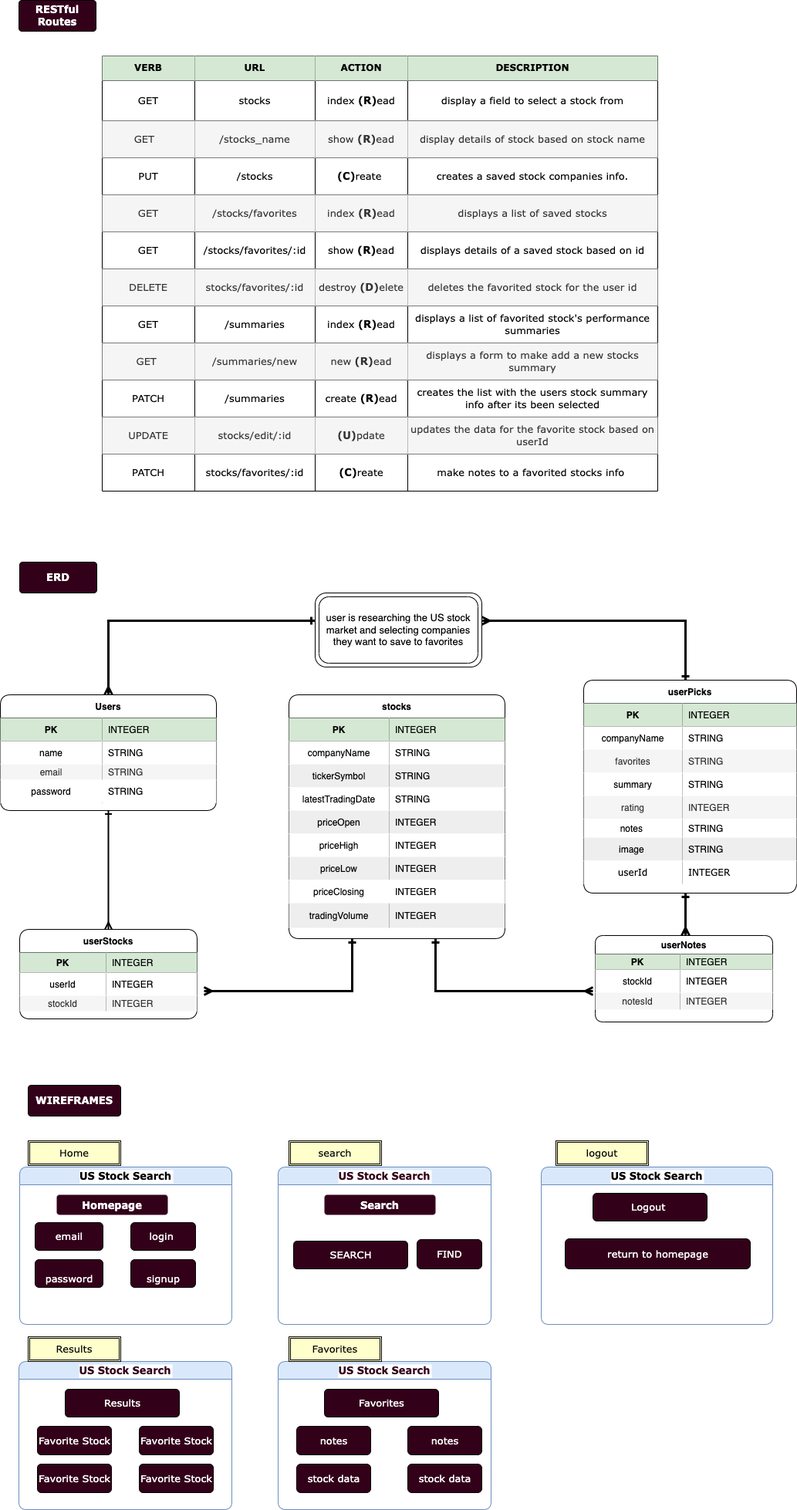
Above: ERD.drawio.png in Professorsurf/Project-2 (draw.io), before the change. Source tidied: cells renumbered, new cells last; positions are measured from the earlier drawing's top-left corner, leaving out a move shared by most shapes.
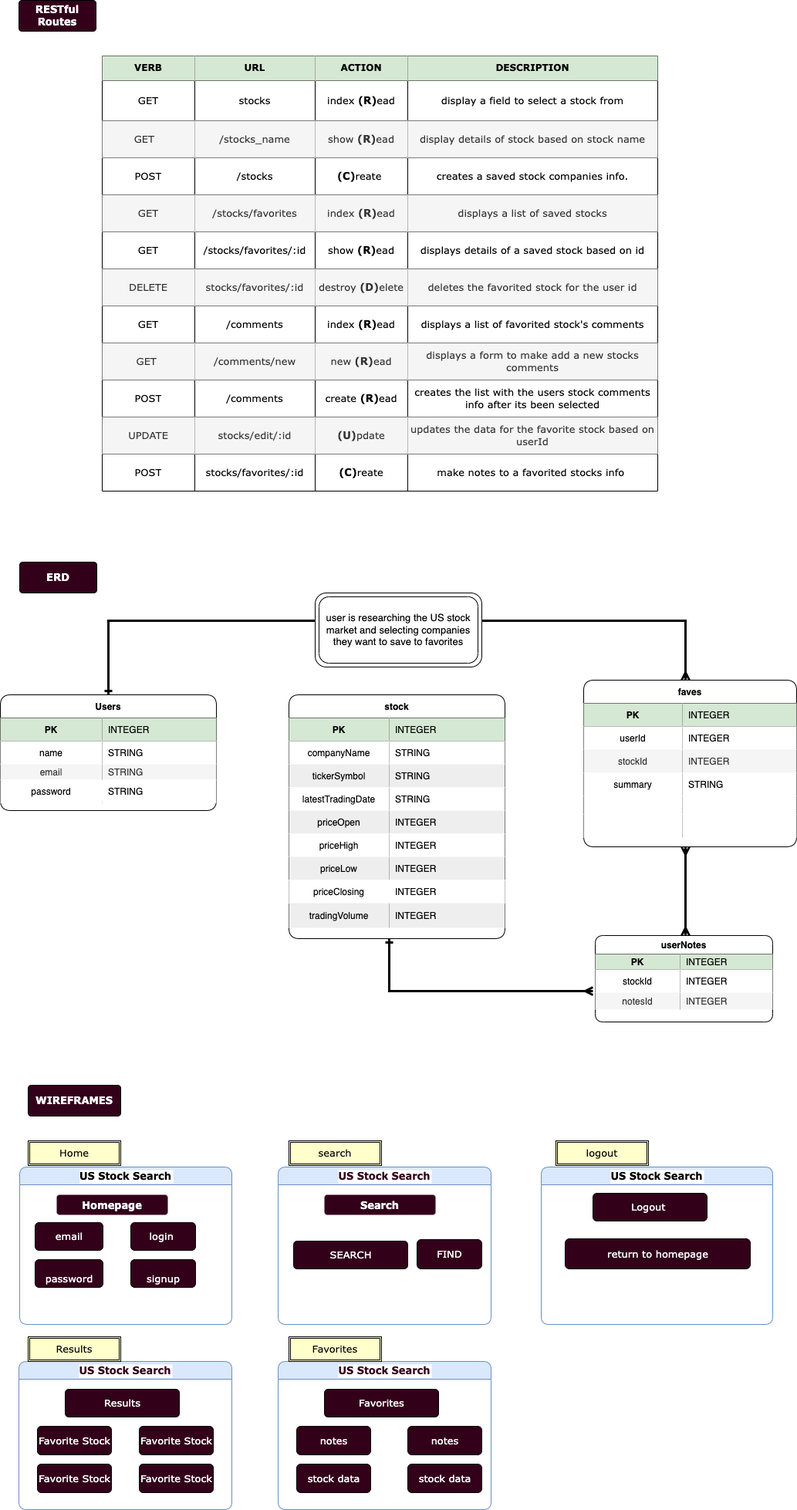
The same diagram one commit later.

What changed in the source:
```diff
@@ -4,9 +4,2 @@
     <mxCell id="1" parent="0" />
-    <mxCell id="2" style="edgeStyle=orthogonalEdgeStyle;rounded=0;jettySize=auto;html=1;exitX=0.5;exitY=1;exitDx=0;exitDy=0;entryX=0.5;entryY=0;entryDx=0;entryDy=0;strokeWidth=2;endArrow=ERmany;endFill=0;startArrow=ERone;startFill=0;" parent="1" edge="1" source="3" target="46">
-      <mxGeometry relative="1" as="geometry">
-        <Array as="points">
-          <mxPoint x="140" y="1200" />
-        </Array>
-      </mxGeometry>
-    </mxCell>
     <mxCell id="3" value="Users" style="shape=table;startSize=30;rowLines=0;fontStyle=1;align=center;rounded=1;labelBackgroundColor=default;" parent="1" vertex="1">
@@ -50,10 +43,2 @@
     </mxCell>
-    <mxCell id="16" style="edgeStyle=orthogonalEdgeStyle;rounded=0;jettySize=auto;html=1;startArrow=ERone;startFill=0;endArrow=ERmany;endFill=0;strokeWidth=3;" parent="1" edge="1" source="18">
-      <mxGeometry relative="1" as="geometry">
-        <mxPoint x="264" y="1284" as="targetPoint" />
-        <Array as="points">
-          <mxPoint x="456" y="1284" />
-        </Array>
-      </mxGeometry>
-    </mxCell>
     <mxCell id="17" style="edgeStyle=orthogonalEdgeStyle;rounded=0;jettySize=auto;html=1;startArrow=ERone;startFill=0;endArrow=ERmany;endFill=0;strokeWidth=3;" parent="1" edge="1" source="18">
@@ -62,3 +47,3 @@
         <Array as="points">
-          <mxPoint x="564" y="1284" />
+          <mxPoint x="504" y="1284" />
         </Array>
@@ -66,3 +51,3 @@
     </mxCell>
-    <mxCell id="18" value="stocks" style="shape=table;startSize=30;rowLines=0;fontStyle=1;align=center;rounded=1;shadow=0;" parent="1" vertex="1">
+    <mxCell id="18" value="stock" style="shape=table;startSize=30;rowLines=0;fontStyle=1;align=center;rounded=1;shadow=0;" parent="1" vertex="1">
       <mxGeometry x="374" y="900" width="280" height="316" as="geometry" />
@@ -150,32 +135,2 @@
     </mxCell>
-    <mxCell id="46" value="userStocks" style="shape=table;startSize=30;rowLines=0;fontStyle=1;align=center;rounded=1;fillColor=none;" parent="1" vertex="1">
-      <mxGeometry x="25" y="1204" width="230" height="116" as="geometry" />
-    </mxCell>
-    <mxCell id="47" style="shape=tableRow;horizontal=0;startSize=0;swimlaneHead=0;swimlaneBody=0;fillColor=none;top=0;left=0;right=0;bottom=1;rounded=0;" parent="46" vertex="1">
-      <mxGeometry y="30" width="230" height="26" as="geometry" />
-    </mxCell>
-    <mxCell id="48" value="PK" style="shape=partialRectangle;fillColor=#d5e8d4;top=0;left=0;bottom=0;right=0;fontStyle=1;overflow=hidden;strokeColor=#82b366;rounded=0;" parent="47" vertex="1">
-      <mxGeometry width="112" height="26" as="geometry" />
-    </mxCell>
-    <mxCell id="49" value="INTEGER" style="shape=partialRectangle;fillColor=#d5e8d4;top=0;left=0;bottom=0;right=0;align=left;spacingLeft=6;fontStyle=0;overflow=hidden;strokeColor=#82b366;rounded=0;" parent="47" vertex="1">
-      <mxGeometry x="112" width="118" height="26" as="geometry" />
-    </mxCell>
-    <mxCell id="50" style="shape=tableRow;horizontal=0;startSize=0;swimlaneHead=0;swimlaneBody=0;fillColor=none;top=0;left=0;right=0;bottom=0;" parent="46" vertex="1">
-      <mxGeometry y="56" width="230" height="30" as="geometry" />
-    </mxCell>
-    <mxCell id="51" value="userId" style="shape=partialRectangle;top=0;left=0;bottom=0;right=0;overflow=hidden;" parent="50" vertex="1">
-      <mxGeometry width="112" height="30" as="geometry" />
-    </mxCell>
-    <mxCell id="52" value="INTEGER" style="shape=partialRectangle;top=0;left=0;bottom=0;right=0;align=left;spacingLeft=6;overflow=hidden;" parent="50" vertex="1">
-      <mxGeometry x="112" width="118" height="30" as="geometry" />
-    </mxCell>
-    <mxCell id="53" style="shape=tableRow;horizontal=0;startSize=0;swimlaneHead=0;swimlaneBody=0;fillColor=none;top=0;left=0;right=0;bottom=0;rounded=0;" parent="46" vertex="1">
-      <mxGeometry y="86" width="230" height="20" as="geometry" />
-    </mxCell>
-    <mxCell id="54" value="stockId" style="shape=partialRectangle;top=0;left=0;bottom=0;right=0;overflow=hidden;rounded=0;fillColor=#f5f5f5;fontColor=#333333;strokeColor=#666666;" parent="53" vertex="1">
-      <mxGeometry width="112" height="20" as="geometry" />
-    </mxCell>
-    <mxCell id="55" value="INTEGER" style="shape=partialRectangle;top=0;left=0;bottom=0;right=0;align=left;spacingLeft=6;overflow=hidden;rounded=0;fillColor=#f5f5f5;fontColor=#333333;strokeColor=#666666;" parent="53" vertex="1">
-      <mxGeometry x="112" width="118" height="20" as="geometry" />
-    </mxCell>
     <mxCell id="56" value="userNotes" style="shape=table;startSize=24;rowLines=0;fontStyle=1;align=center;rounded=1;" parent="1" vertex="1">
@@ -210,3 +165,3 @@
     </mxCell>
-    <mxCell id="66" style="edgeStyle=orthogonalEdgeStyle;rounded=0;jettySize=auto;html=1;startArrow=ERone;startFill=0;endArrow=ERmany;endFill=0;strokeWidth=3;" parent="1" edge="1" source="68">
+    <mxCell id="66" style="edgeStyle=orthogonalEdgeStyle;rounded=0;jettySize=auto;html=1;startArrow=ERmany;startFill=0;endArrow=ERmany;endFill=0;strokeWidth=3;" parent="1" edge="1" source="68">
       <mxGeometry relative="1" as="geometry">
@@ -218,3 +173,3 @@
     </mxCell>
-    <mxCell id="67" style="edgeStyle=orthogonalEdgeStyle;rounded=0;jettySize=auto;html=1;startArrow=ERone;startFill=0;endArrow=ERmany;endFill=0;strokeWidth=3;" parent="1" edge="1" source="68" target="94">
+    <mxCell id="67" style="edgeStyle=orthogonalEdgeStyle;rounded=0;jettySize=auto;html=1;startArrow=ERmany;startFill=0;endArrow=none;endFill=0;strokeWidth=3;" parent="1" edge="1" source="68" target="94">
       <mxGeometry relative="1" as="geometry">
@@ -225,4 +180,4 @@
     </mxCell>
-    <mxCell id="68" value="userPicks" style="shape=table;startSize=30;rowLines=0;fontStyle=1;align=center;rounded=1;swimlaneLine=1;" parent="1" vertex="1">
-      <mxGeometry x="756" y="881" width="276" height="276" as="geometry" />
+    <mxCell id="68" value="faves" style="shape=table;startSize=30;rowLines=0;fontStyle=1;align=center;rounded=1;swimlaneLine=1;" parent="1" vertex="1">
+      <mxGeometry x="756" y="881" width="276" height="216" as="geometry" />
     </mxCell>
@@ -240,6 +195,6 @@
     </mxCell>
-    <mxCell id="73" value="companyName" style="shape=partialRectangle;top=0;left=0;bottom=0;right=0;fontStyle=0;overflow=hidden;rounded=0;" parent="72" vertex="1">
+    <mxCell id="73" value="userId" style="shape=partialRectangle;top=0;left=0;bottom=0;right=0;fontStyle=0;overflow=hidden;rounded=0;" parent="72" vertex="1">
       <mxGeometry width="128" height="30" as="geometry" />
     </mxCell>
-    <mxCell id="74" value="STRING" style="shape=partialRectangle;top=0;left=0;bottom=0;right=0;align=left;spacingLeft=6;fontStyle=0;overflow=hidden;rounded=0;" parent="72" vertex="1">
+    <mxCell id="74" value="INTEGER" style="shape=partialRectangle;top=0;left=0;bottom=0;right=0;align=left;spacingLeft=6;fontStyle=0;overflow=hidden;rounded=0;" parent="72" vertex="1">
       <mxGeometry x="128" width="148" height="30" as="geometry" />
@@ -249,6 +204,6 @@
     </mxCell>
-    <mxCell id="76" value="favorites" style="shape=partialRectangle;fillColor=#f5f5f5;top=0;left=0;bottom=0;right=0;overflow=hidden;fontColor=#333333;strokeColor=#666666;rounded=0;" parent="75" vertex="1">
+    <mxCell id="76" value="stockId" style="shape=partialRectangle;fillColor=#f5f5f5;top=0;left=0;bottom=0;right=0;overflow=hidden;fontColor=#333333;strokeColor=#666666;rounded=0;" parent="75" vertex="1">
       <mxGeometry width="128" height="30" as="geometry" />
     </mxCell>
-    <mxCell id="77" value="STRING" style="shape=partialRectangle;fillColor=#f5f5f5;top=0;left=0;bottom=0;right=0;align=left;spacingLeft=6;overflow=hidden;fontColor=#333333;strokeColor=#666666;rounded=0;" parent="75" vertex="1">
+    <mxCell id="77" value="INTEGER" style="shape=partialRectangle;fillColor=#f5f5f5;top=0;left=0;bottom=0;right=0;align=left;spacingLeft=6;overflow=hidden;fontColor=#333333;strokeColor=#666666;rounded=0;" parent="75" vertex="1">
       <mxGeometry x="128" width="148" height="30" as="geometry" />
@@ -264,39 +219,21 @@
     </mxCell>
-    <mxCell id="81" style="shape=tableRow;horizontal=0;startSize=0;swimlaneHead=0;swimlaneBody=0;fillColor=none;top=0;left=0;right=0;bottom=0;rounded=0;" parent="68" vertex="1">
-      <mxGeometry y="150" width="276" height="30" as="geometry" />
-    </mxCell>
-    <mxCell id="82" value="rating" style="shape=partialRectangle;fillColor=#f5f5f5;top=0;left=0;bottom=0;right=0;overflow=hidden;fontColor=#333333;strokeColor=#666666;rounded=0;" parent="81" vertex="1">
-      <mxGeometry width="128" height="30" as="geometry" />
-    </mxCell>
-    <mxCell id="83" value="INTEGER" style="shape=partialRectangle;fillColor=#f5f5f5;top=0;left=0;bottom=0;right=0;align=left;spacingLeft=6;overflow=hidden;fontColor=#333333;strokeColor=#666666;rounded=0;" parent="81" vertex="1">
-      <mxGeometry x="128" width="148" height="30" as="geometry" />
-    </mxCell>
     <mxCell id="84" style="shape=tableRow;horizontal=0;startSize=0;swimlaneHead=0;swimlaneBody=0;fillColor=none;top=0;left=0;right=0;bottom=0;rounded=0;" parent="68" vertex="1">
-      <mxGeometry y="180" width="276" height="24" as="geometry" />
+      <mxGeometry y="150" width="276" height="24" as="geometry" />
     </mxCell>
-    <mxCell id="85" value="notes " style="shape=partialRectangle;top=0;left=0;bottom=0;right=0;overflow=hidden;rounded=0;" parent="84" vertex="1">
+    <mxCell id="85" style="shape=partialRectangle;top=0;left=0;bottom=0;right=0;overflow=hidden;rounded=0;" parent="84" vertex="1">
       <mxGeometry width="128" height="24" as="geometry" />
     </mxCell>
-    <mxCell id="86" value="STRING" style="shape=partialRectangle;top=0;left=0;bottom=0;right=0;align=left;spacingLeft=6;overflow=hidden;rounded=0;" parent="84" vertex="1">
+    <mxCell id="86" style="shape=partialRectangle;top=0;left=0;bottom=0;right=0;align=left;spacingLeft=6;overflow=hidden;rounded=0;" parent="84" vertex="1">
       <mxGeometry x="128" width="148" height="24" as="geometry" />
     </mxCell>
-    <mxCell id="87" style="shape=tableRow;horizontal=0;startSize=0;swimlaneHead=0;swimlaneBody=0;fillColor=none;top=0;left=0;right=0;bottom=0;rounded=0;" parent="68" vertex="1">
-      <mxGeometry y="204" width="276" height="30" as="geometry" />
-    </mxCell>
-    <mxCell id="88" value="image " style="shape=partialRectangle;top=0;left=0;bottom=0;right=0;overflow=hidden;rounded=0;fillColor=#eeeeee;strokeColor=#36393d;" parent="87" vertex="1">
-      <mxGeometry width="128" height="30" as="geometry" />
-    </mxCell>
-    <mxCell id="89" value="STRING" style="shape=partialRectangle;top=0;left=0;bottom=0;right=0;align=left;spacingLeft=6;overflow=hidden;rounded=0;fillColor=#eeeeee;strokeColor=#36393d;" parent="87" vertex="1">
-      <mxGeometry x="128" width="148" height="30" as="geometry" />
-    </mxCell>
     <mxCell id="90" style="shape=tableRow;horizontal=0;startSize=0;swimlaneHead=0;swimlaneBody=0;fillColor=none;top=0;left=0;right=0;bottom=0;rounded=1;shadow=0;sketch=0;fontFamily=Verdana;" parent="68" vertex="1">
-      <mxGeometry y="234" width="276" height="30" as="geometry" />
+      <mxGeometry y="174" width="276" height="30" as="geometry" />
     </mxCell>
-    <mxCell id="91" value="userId" style="shape=partialRectangle;top=0;left=0;bottom=0;right=0;overflow=hidden;rounded=1;shadow=0;sketch=0;fontFamily=Verdana;" parent="90" vertex="1">
+    <mxCell id="91" style="shape=partialRectangle;top=0;left=0;bottom=0;right=0;overflow=hidden;rounded=1;shadow=0;sketch=0;fontFamily=Verdana;" parent="90" vertex="1">
       <mxGeometry width="128" height="30" as="geometry" />
     </mxCell>
-    <mxCell id="92" value="INTEGER" style="shape=partialRectangle;top=0;left=0;bottom=0;right=0;align=left;spacingLeft=6;overflow=hidden;rounded=1;shadow=0;sketch=0;fontFamily=Verdana;" parent="90" vertex="1">
+    <mxCell id="92" style="shape=partialRectangle;top=0;left=0;bottom=0;right=0;align=left;spacingLeft=6;overflow=hidden;rounded=1;shadow=0;sketch=0;fontFamily=Verdana;" parent="90" vertex="1">
       <mxGeometry x="128" width="148" height="30" as="geometry" />
     </mxCell>
-    <mxCell id="93" style="edgeStyle=orthogonalEdgeStyle;rounded=0;jettySize=auto;html=1;startArrow=ERone;startFill=0;endArrow=ERmany;endFill=0;strokeWidth=3;entryX=0.5;entryY=0;entryDx=0;entryDy=0;" parent="1" edge="1" source="94" target="3">
+    <mxCell id="93" style="edgeStyle=orthogonalEdgeStyle;rounded=0;jettySize=auto;html=1;startArrow=none;startFill=0;endArrow=ERone;endFill=0;strokeWidth=3;entryX=0.5;entryY=0;entryDx=0;entryDy=0;" parent="1" edge="1" source="94" target="3">
       <mxGeometry relative="1" as="geometry">
@@ -361,3 +298,3 @@
     </mxCell>
-    <mxCell id="112" value="PUT" style="shape=partialRectangle;html=1;whiteSpace=wrap;fillColor=none;top=0;left=0;bottom=0;right=0;overflow=hidden;rounded=1;shadow=0;fontFamily=Verdana;fontSize=13;" parent="111" vertex="1">
+    <mxCell id="112" value="POST" style="shape=partialRectangle;html=1;whiteSpace=wrap;fillColor=none;top=0;left=0;bottom=0;right=0;overflow=hidden;rounded=1;shadow=0;fontFamily=Verdana;fontSize=13;" parent="111" vertex="1">
       <mxGeometry width="120" height="48" as="geometry" />
@@ -424,3 +361,3 @@
     </mxCell>
-    <mxCell id="133" value="/summaries" style="shape=partialRectangle;html=1;whiteSpace=wrap;fillColor=none;top=0;left=0;bottom=0;right=0;overflow=hidden;rounded=1;shadow=0;fontFamily=Verdana;fontSize=13;" parent="131" vertex="1">
+    <mxCell id="133" value="/comments" style="shape=partialRectangle;html=1;whiteSpace=wrap;fillColor=none;top=0;left=0;bottom=0;right=0;overflow=hidden;rounded=1;shadow=0;fontFamily=Verdana;fontSize=13;" parent="131" vertex="1">
       <mxGeometry x="120" width="156" height="48" as="geometry" />
@@ -430,3 +367,3 @@
     </mxCell>
-    <mxCell id="135" value="displays a list of favorited stock's performance summaries" style="shape=partialRectangle;html=1;whiteSpace=wrap;fillColor=none;top=0;left=0;bottom=0;right=0;overflow=hidden;rounded=1;shadow=0;fontFamily=Verdana;fontSize=13;" parent="131" vertex="1">
+    <mxCell id="135" value="displays a list of favorited stock's comments" style="shape=partialRectangle;html=1;whiteSpace=wrap;fillColor=none;top=0;left=0;bottom=0;right=0;overflow=hidden;rounded=1;shadow=0;fontFamily=Verdana;fontSize=13;" parent="131" vertex="1">
       <mxGeometry x="396" width="324" height="48" as="geometry" />
@@ -439,3 +376,3 @@
     </mxCell>
-    <mxCell id="138" value="/summaries/new" style="shape=partialRectangle;html=1;whiteSpace=wrap;fillColor=#f5f5f5;top=0;left=0;bottom=0;right=0;overflow=hidden;rounded=1;shadow=0;fontColor=#333333;strokeColor=#666666;fontFamily=Verdana;fontSize=13;" parent="136" vertex="1">
+    <mxCell id="138" value="/comments/new" style="shape=partialRectangle;html=1;whiteSpace=wrap;fillColor=#f5f5f5;top=0;left=0;bottom=0;right=0;overflow=hidden;rounded=1;shadow=0;fontColor=#333333;strokeColor=#666666;fontFamily=Verdana;fontSize=13;" parent="136" vertex="1">
       <mxGeometry x="120" width="156" height="48" as="geometry" />
@@ -445,3 +382,3 @@
     </mxCell>
-    <mxCell id="140" value="displays a form to make add a new stocks summary" style="shape=partialRectangle;html=1;whiteSpace=wrap;fillColor=#f5f5f5;top=0;left=0;bottom=0;right=0;overflow=hidden;rounded=1;shadow=0;fontColor=#333333;strokeColor=#666666;fontFamily=Verdana;fontSize=13;" parent="136" vertex="1">
+    <mxCell id="140" value="displays a form to make add a new stocks comments" style="shape=partialRectangle;html=1;whiteSpace=wrap;fillColor=#f5f5f5;top=0;left=0;bottom=0;right=0;overflow=hidden;rounded=1;shadow=0;fontColor=#333333;strokeColor=#666666;fontFamily=Verdana;fontSize=13;" parent="136" vertex="1">
       <mxGeometry x="396" width="324" height="48" as="geometry" />
@@ -451,6 +388,6 @@
     </mxCell>
-    <mxCell id="142" value="PATCH" style="shape=partialRectangle;html=1;whiteSpace=wrap;fillColor=none;top=0;left=0;bottom=0;right=0;overflow=hidden;rounded=1;shadow=0;fontFamily=Verdana;fontSize=13;" parent="141" vertex="1">
+    <mxCell id="142" value="POST" style="shape=partialRectangle;html=1;whiteSpace=wrap;fillColor=none;top=0;left=0;bottom=0;right=0;overflow=hidden;rounded=1;shadow=0;fontFamily=Verdana;fontSize=13;" parent="141" vertex="1">
       <mxGeometry width="120" height="48" as="geometry" />
     </mxCell>
-    <mxCell id="143" value="/summaries" style="shape=partialRectangle;html=1;whiteSpace=wrap;fillColor=none;top=0;left=0;bottom=0;right=0;overflow=hidden;rounded=1;shadow=0;fontFamily=Verdana;fontSize=13;" parent="141" vertex="1">
+    <mxCell id="143" value="/comments" style="shape=partialRectangle;html=1;whiteSpace=wrap;fillColor=none;top=0;left=0;bottom=0;right=0;overflow=hidden;rounded=1;shadow=0;fontFamily=Verdana;fontSize=13;" parent="141" vertex="1">
       <mxGeometry x="120" width="156" height="48" as="geometry" />
@@ -460,3 +397,3 @@
     </mxCell>
-    <mxCell id="145" value="creates the list with the users stock summary info after its been selected" style="shape=partialRectangle;html=1;whiteSpace=wrap;fillColor=none;top=0;left=0;bottom=0;right=0;overflow=hidden;rounded=1;shadow=0;fontFamily=Verdana;fontSize=13;" parent="141" vertex="1">
+    <mxCell id="145" value="creates the list with the users stock comments info after its been selected" style="shape=partialRectangle;html=1;whiteSpace=wrap;fillColor=none;top=0;left=0;bottom=0;right=0;overflow=hidden;rounded=1;shadow=0;fontFamily=Verdana;fontSize=13;" parent="141" vertex="1">
       <mxGeometry x="396" width="324" height="48" as="geometry" />
@@ -481,3 +418,3 @@
     </mxCell>
-    <mxCell id="152" value="PATCH" style="shape=partialRectangle;html=1;whiteSpace=wrap;fillColor=none;top=0;left=0;bottom=0;right=0;overflow=hidden;rounded=1;shadow=0;fontFamily=Verdana;fontSize=13;" parent="151" vertex="1">
+    <mxCell id="152" value="POST" style="shape=partialRectangle;html=1;whiteSpace=wrap;fillColor=none;top=0;left=0;bottom=0;right=0;overflow=hidden;rounded=1;shadow=0;fontFamily=Verdana;fontSize=13;" parent="151" vertex="1">
       <mxGeometry width="120" height="48" as="geometry" />
```
